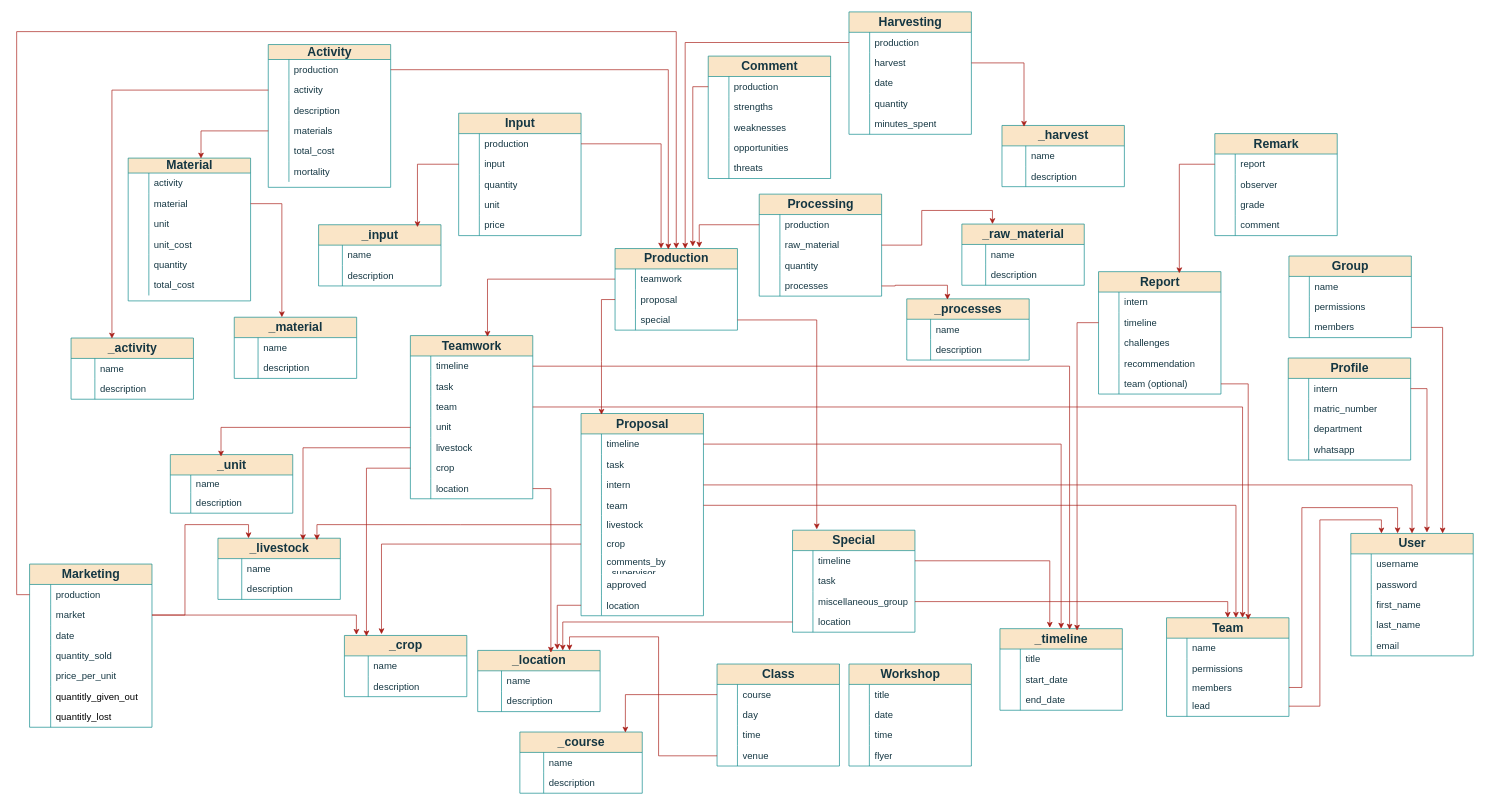
Earlier version of the draw.io diagram page "Page-3" (2 of 2) of Untitled Diagram.drawio (Praisesomiji/pwa-internship_tracker). Source tidied: cells renumbered, new cells numbered last; positions are measured from the earlier drawing's top-left corner, leaving out a move shared by most shapes. Both pictures are drawn from the tidied source at 68%, with x=0, y=0 at pixel (16, 12).
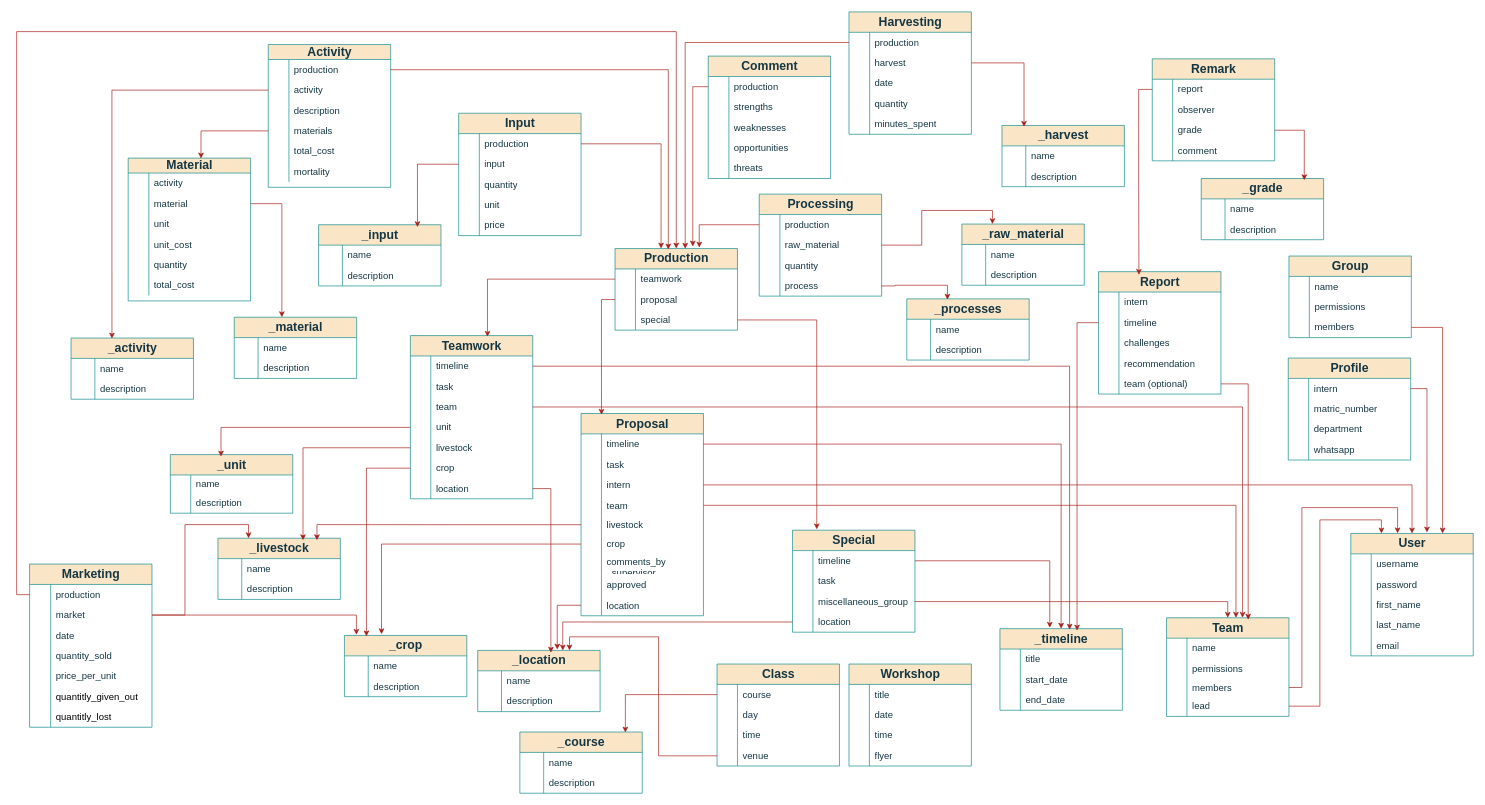
The same diagram, later.

Unchanged cells that the change refers to:
```xml
<mxCell id="54" value="&lt;font style=&quot;font-size: 18px;&quot;&gt;Report&lt;/font&gt;" style="shape=table;startSize=30;childLayout=tableLayout;rowLines=0;fontStyle=1;align=center;html=1;labelBackgroundColor=none;fillColor=#FAE5C7;strokeColor=#0F8B8D;fontColor=#143642;" parent="1" vertex="1">
  <mxGeometry x="1591" y="382" width="180" height="180" as="geometry" />
</mxCell>
<mxCell id="78" style="shape=tableRow;horizontal=0;startSize=0;swimlaneHead=0;swimlaneBody=0;fillColor=none;points=[[0,0.5],[1,0.5]];portConstraint=eastwest;top=0;left=0;right=0;bottom=0;labelBackgroundColor=none;strokeColor=#0F8B8D;fontColor=#143642;" parent="77" vertex="1">
  <mxGeometry y="30" width="180" height="30" as="geometry" />
</mxCell>
<mxCell id="84" style="shape=tableRow;horizontal=0;startSize=0;swimlaneHead=0;swimlaneBody=0;fillColor=none;points=[[0,0.5],[1,0.5]];portConstraint=eastwest;top=0;left=0;right=0;bottom=0;labelBackgroundColor=none;strokeColor=#0F8B8D;fontColor=#143642;" parent="77" vertex="1">
  <mxGeometry y="90" width="180" height="30" as="geometry" />
</mxCell>
<mxCell id="263" style="shape=tableRow;horizontal=0;startSize=0;swimlaneHead=0;swimlaneBody=0;fillColor=none;points=[[0,0.5],[1,0.5]];portConstraint=eastwest;top=0;left=0;right=0;bottom=0;labelBackgroundColor=none;strokeColor=#0F8B8D;fontColor=#143642;" parent="253" vertex="1">
  <mxGeometry y="120" width="180" height="30" as="geometry" />
</mxCell>
```

The edit, as a diff of the source:
```diff
@@
     <mxCell id="77" value="&lt;font style=&quot;font-size: 18px;&quot;&gt;Remark&lt;/font&gt;" style="shape=table;startSize=30;childLayout=tableLayout;rowLines=0;fontStyle=1;align=center;html=1;labelBackgroundColor=none;fillColor=#FAE5C7;strokeColor=#0F8B8D;fontColor=#143642;" parent="1" vertex="1">
-      <mxGeometry x="1762" y="179" width="180" height="150" as="geometry" />
+      <mxGeometry x="1670" y="69" width="180" height="150" as="geometry" />
     </mxCell>
@@
-    <mxCell id="265" value="&lt;font style=&quot;font-size: 14px;&quot;&gt;processes&lt;/font&gt;" style="shape=partialRectangle;fillColor=none;top=0;left=0;bottom=0;right=0;align=left;spacingLeft=6;overflow=hidden;whiteSpace=wrap;html=1;labelBackgroundColor=none;strokeColor=#0F8B8D;fontColor=#143642;" parent="263" vertex="1">
+    <mxCell id="265" value="&lt;font style=&quot;font-size: 14px;&quot;&gt;process&lt;/font&gt;" style="shape=partialRectangle;fillColor=none;top=0;left=0;bottom=0;right=0;align=left;spacingLeft=6;overflow=hidden;whiteSpace=wrap;html=1;labelBackgroundColor=none;strokeColor=#0F8B8D;fontColor=#143642;" parent="263" vertex="1">
       <mxGeometry x="30.4" width="149.6" height="30" as="geometry" />
     </mxCell>
@@
-    <mxCell id="285" style="edgeStyle=orthogonalEdgeStyle;rounded=0;jettySize=auto;html=1;entryX=0.66;entryY=0.013;entryDx=0;entryDy=0;entryPerimeter=0;labelBackgroundColor=none;strokeColor=#A8201A;fontColor=default;" parent="1" edge="1" source="78" target="54">
-      <mxGeometry relative="1" as="geometry" />
-    </mxCell>
@@
+    <mxCell id="432" value="&lt;span style=&quot;font-size: 18px;&quot;&gt;_grade&lt;/span&gt;" style="shape=table;startSize=30;childLayout=tableLayout;rowLines=0;fontStyle=1;align=center;html=1;labelBackgroundColor=none;fillColor=#FAE5C7;strokeColor=#0F8B8D;fontColor=#143642;" parent="1" vertex="1">
+      <mxGeometry x="1742" y="245" width="180" height="90" as="geometry" />
+    </mxCell>
+    <mxCell id="433" style="shape=tableRow;horizontal=0;startSize=0;swimlaneHead=0;swimlaneBody=0;fillColor=none;top=0;left=0;right=0;bottom=0;labelBackgroundColor=none;strokeColor=#0F8B8D;fontColor=#143642;" parent="432" vertex="1">
+      <mxGeometry y="30" width="180" height="30" as="geometry" />
+    </mxCell>
+    <mxCell id="434" style="shape=partialRectangle;fillColor=none;top=0;left=0;bottom=0;right=0;overflow=hidden;whiteSpace=wrap;html=1;labelBackgroundColor=none;strokeColor=#0F8B8D;fontColor=#143642;" parent="433" vertex="1">
+      <mxGeometry width="35" height="30" as="geometry" />
+    </mxCell>
+    <mxCell id="435" value="&lt;span style=&quot;font-size: 14px;&quot;&gt;name&lt;/span&gt;" style="shape=partialRectangle;fillColor=none;top=0;left=0;bottom=0;right=0;align=left;spacingLeft=6;overflow=hidden;whiteSpace=wrap;html=1;labelBackgroundColor=none;strokeColor=#0F8B8D;fontColor=#143642;" parent="433" vertex="1">
+      <mxGeometry x="35" width="145" height="30" as="geometry" />
+    </mxCell>
+    <mxCell id="436" style="shape=tableRow;horizontal=0;startSize=0;swimlaneHead=0;swimlaneBody=0;fillColor=none;top=0;left=0;right=0;bottom=0;labelBackgroundColor=none;strokeColor=#0F8B8D;fontColor=#143642;" parent="432" vertex="1">
+      <mxGeometry y="60" width="180" height="30" as="geometry" />
+    </mxCell>
+    <mxCell id="437" style="shape=partialRectangle;fillColor=none;top=0;left=0;bottom=0;right=0;overflow=hidden;whiteSpace=wrap;html=1;labelBackgroundColor=none;strokeColor=#0F8B8D;fontColor=#143642;" parent="436" vertex="1">
+      <mxGeometry width="35" height="30" as="geometry" />
+    </mxCell>
+    <mxCell id="438" value="&lt;font style=&quot;font-size: 14px;&quot;&gt;description&lt;/font&gt;" style="shape=partialRectangle;fillColor=none;top=0;left=0;bottom=0;right=0;align=left;spacingLeft=6;overflow=hidden;whiteSpace=wrap;html=1;labelBackgroundColor=none;strokeColor=#0F8B8D;fontColor=#143642;" parent="436" vertex="1">
+      <mxGeometry x="35" width="145" height="30" as="geometry" />
+    </mxCell>
+    <mxCell id="285" style="edgeStyle=orthogonalEdgeStyle;rounded=0;jettySize=auto;html=1;entryX=0.33;entryY=0.026;entryDx=0;entryDy=0;entryPerimeter=0;strokeColor=#A8201A;fontColor=#143642;fillColor=#FAE5C7;" parent="1" edge="1" source="78" target="54">
+      <mxGeometry relative="1" as="geometry" />
+    </mxCell>
+    <mxCell id="439" style="edgeStyle=orthogonalEdgeStyle;rounded=0;jettySize=auto;html=1;entryX=0.842;entryY=0.027;entryDx=0;entryDy=0;entryPerimeter=0;strokeColor=#A8201A;fontColor=#143642;fillColor=#FAE5C7;" parent="1" edge="1" source="84" target="432">
+      <mxGeometry relative="1" as="geometry" />
+    </mxCell>
```
